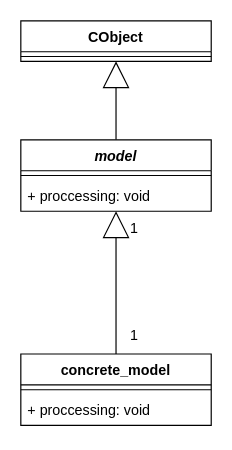
Enzzo/MetaTrader keeps this draw.io diagram as UML/test.drawio. Above is the earlier version. Source tidied: cells renumbered, new cells numbered last; positions are measured from the earlier drawing's top-left corner, leaving out a move shared by most shapes. Both pictures are drawn from the tidied source at 119%, with x=0, y=0 at pixel (20, 20).
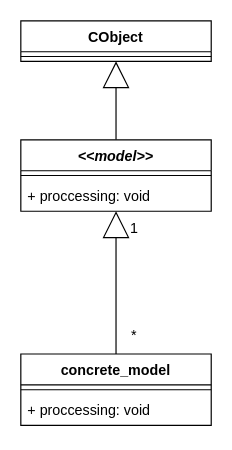
Above is the later version.

Diff of the diagram source:
```diff
@@
 <mxGraphModel>
   <root>
     <mxCell id="0" />
     <mxCell id="1" parent="0" />
     <mxCell id="2" style="edgeStyle=none;rounded=1;sketch=0;html=1;endArrow=block;endFill=0;endSize=20;targetPerimeterSpacing=100;entryX=0.5;entryY=1;entryDx=0;entryDy=0;" parent="1" edge="1" source="3" target="6">
       <mxGeometry relative="1" as="geometry" />
     </mxCell>
-    <mxCell id="3" value="model" style="swimlane;fontStyle=3;align=center;verticalAlign=top;horizontal=1;startSize=26;" parent="1" vertex="1">
+    <mxCell id="3" value="&lt;&lt;model&gt;&gt;" style="swimlane;fontStyle=3;align=center;verticalAlign=top;horizontal=1;startSize=26;" parent="1" vertex="1">
       <mxGeometry y="100" width="160" height="60" as="geometry" />
     </mxCell>
     <mxCell id="4" style="line;strokeWidth=1;fillColor=none;align=left;verticalAlign=middle;spacingTop=-1;spacingLeft=3;spacingRight=3;labelPosition=right;strokeColor=inherit;" parent="3" vertex="1">
       <mxGeometry y="26" width="160" height="8" as="geometry" />
     </mxCell>
     <mxCell id="5" value="+ proccessing: void" style="text;strokeColor=none;fillColor=none;align=left;verticalAlign=top;spacingLeft=4;spacingRight=4;overflow=hidden;points=[[0,0.5],[1,0.5]];portConstraint=eastwest;" parent="3" vertex="1">
       <mxGeometry y="34" width="160" height="26" as="geometry" />
     </mxCell>
     <mxCell id="6" value="CObject" style="swimlane;fontStyle=1;align=center;verticalAlign=top;horizontal=1;startSize=26;" parent="1" vertex="1">
       <mxGeometry width="160" height="34" as="geometry" />
     </mxCell>
     <mxCell id="7" style="line;strokeWidth=1;fillColor=none;align=left;verticalAlign=middle;spacingTop=-1;spacingLeft=3;spacingRight=3;labelPosition=right;strokeColor=inherit;" parent="6" vertex="1">
       <mxGeometry y="26" width="160" height="8" as="geometry" />
     </mxCell>
     <mxCell id="8" style="edgeStyle=none;html=1;endSize=20;rounded=1;endArrow=block;endFill=0;" parent="1" edge="1" source="9" target="5">
       <mxGeometry relative="1" as="geometry" />
     </mxCell>
     <mxCell id="9" value="concrete_model" style="swimlane;fontStyle=1;align=center;verticalAlign=top;horizontal=1;startSize=26;" parent="1" vertex="1">
       <mxGeometry y="280" width="160" height="60" as="geometry" />
     </mxCell>
     <mxCell id="10" style="line;strokeWidth=1;fillColor=none;align=left;verticalAlign=middle;spacingTop=-1;spacingLeft=3;spacingRight=3;labelPosition=right;strokeColor=inherit;" parent="9" vertex="1">
       <mxGeometry y="26" width="160" height="8" as="geometry" />
     </mxCell>
     <mxCell id="11" value="+ proccessing: void" style="text;strokeColor=none;fillColor=none;align=left;verticalAlign=top;spacingLeft=4;spacingRight=4;overflow=hidden;" parent="9" vertex="1">
       <mxGeometry y="34" width="160" height="26" as="geometry" />
     </mxCell>
-    <mxCell id="12" value="1" style="text;html=1;align=center;verticalAlign=middle;strokeColor=none;fillColor=none;" parent="1" vertex="1">
+    <mxCell id="12" value="*" style="text;html=1;align=center;verticalAlign=middle;strokeColor=none;fillColor=none;" parent="1" vertex="1">
       <mxGeometry x="80" y="250" width="30" height="30" as="geometry" />
     </mxCell>
     <mxCell id="13" value="1" style="text;html=1;align=center;verticalAlign=middle;strokeColor=none;fillColor=none;" parent="1" vertex="1">
       <mxGeometry x="80" y="160" width="30" height="30" as="geometry" />
     </mxCell>
   </root>
 </mxGraphModel>
```
